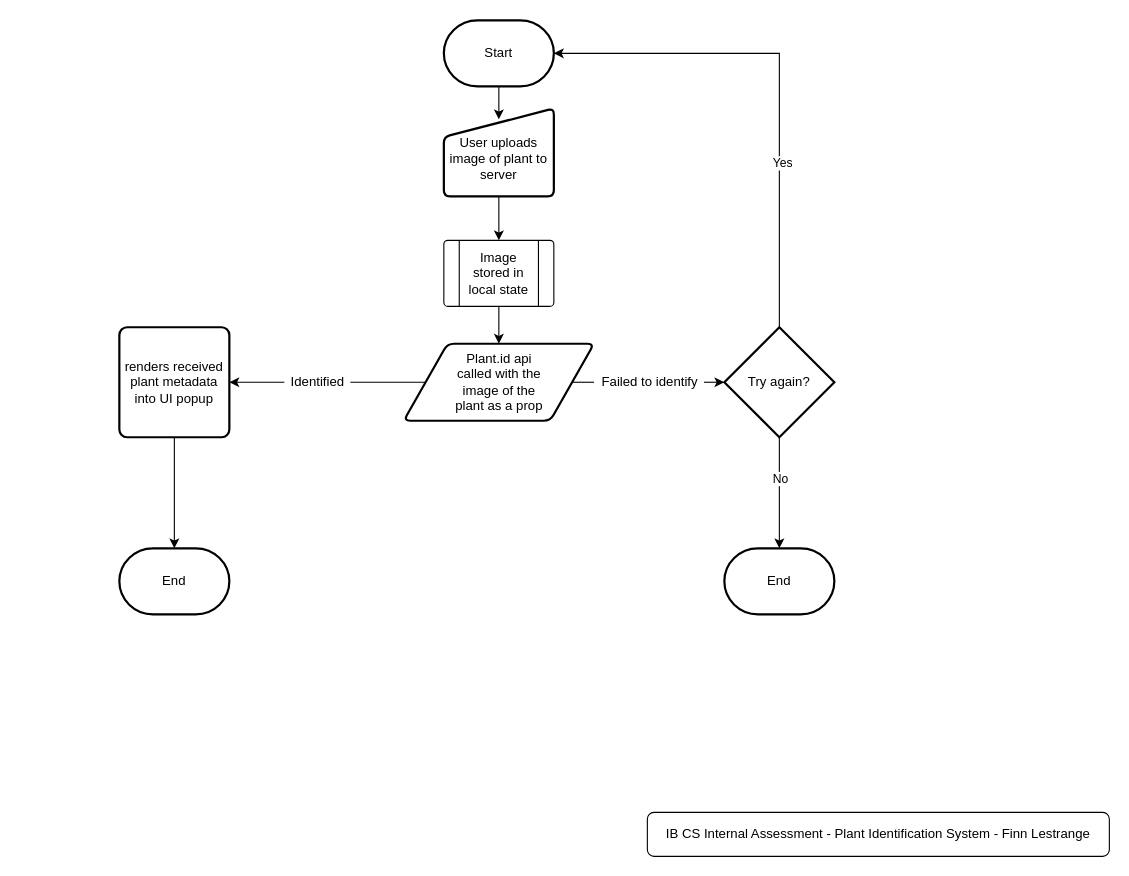
The draw.io diagram Diagrams and Flowcharts/PlantIdentification.drawio in 71xn/ibcs-ia, before the edit. Source tidied: cells renumbered, new cells numbered last; positions are measured from the earlier drawing's top-left corner, leaving out a move shared by most shapes. Both pictures are drawn from the tidied source at 110%, with x=0, y=0 at pixel (119, 20).
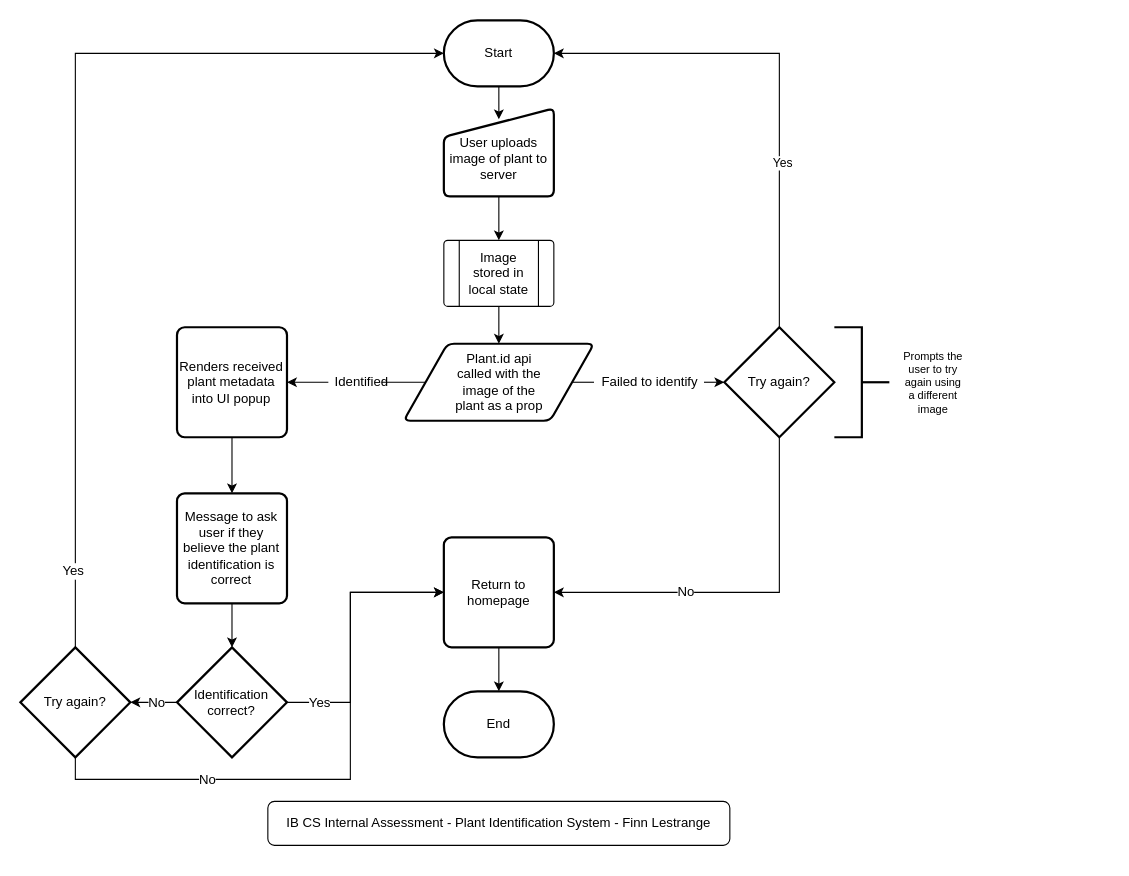
The same diagram, later.

Unchanged cells that the change refers to:
```xml
<mxCell id="4" value="Start" style="strokeWidth=2;html=1;shape=mxgraph.flowchart.terminator;whiteSpace=wrap;" parent="1" vertex="1">
  <mxGeometry x="295" width="100" height="60" as="geometry" />
</mxCell>
<mxCell id="19" value="Try again?" style="strokeWidth=2;html=1;shape=mxgraph.flowchart.decision;whiteSpace=wrap;" parent="1" vertex="1">
  <mxGeometry x="550" y="279" width="100" height="100" as="geometry" />
</mxCell>
```

Change to the diagram source:
```diff
@@
     <mxCell id="2" value="IB CS Internal Assessment - Plant Identification System - Finn Lestrange" style="rounded=1;whiteSpace=wrap;html=1;" parent="1" vertex="1">
-      <mxGeometry x="480" y="720" width="420" height="40" as="geometry" />
+      <mxGeometry x="135" y="710" width="420" height="40" as="geometry" />
     </mxCell>
@@
-    <mxCell id="12" style="edgeStyle=orthogonalEdgeStyle;rounded=0;jettySize=auto;html=1;exitX=0.5;exitY=1;exitDx=0;exitDy=0;" parent="1" edge="1" source="13">
-      <mxGeometry relative="1" as="geometry">
-        <mxPoint x="50" y="480" as="targetPoint" />
-      </mxGeometry>
-    </mxCell>
+    <mxCell id="25" style="edgeStyle=orthogonalEdgeStyle;rounded=0;jettySize=auto;html=1;exitX=0.5;exitY=1;exitDx=0;exitDy=0;entryX=0.5;entryY=0;entryDx=0;entryDy=0;fontSize=10;" parent="1" edge="1" source="13" target="31">
+      <mxGeometry relative="1" as="geometry" />
+    </mxCell>
-    <mxCell id="13" value="renders received plant metadata into UI popup" style="rounded=1;whiteSpace=wrap;html=1;absoluteArcSize=1;arcSize=14;strokeWidth=2;" parent="1" vertex="1">
-      <mxGeometry y="279" width="100" height="100" as="geometry" />
+    <mxCell id="13" value="Renders received plant metadata into UI popup" style="rounded=1;whiteSpace=wrap;html=1;absoluteArcSize=1;arcSize=14;strokeWidth=2;" parent="1" vertex="1">
+      <mxGeometry x="52.4" y="279" width="100" height="100" as="geometry" />
     </mxCell>
-    <mxCell id="14" value="End" style="strokeWidth=2;html=1;shape=mxgraph.flowchart.terminator;whiteSpace=wrap;" parent="1" vertex="1">
-      <mxGeometry y="480" width="100" height="60" as="geometry" />
-    </mxCell>
@@
-    <mxCell id="17" style="edgeStyle=orthogonalEdgeStyle;rounded=0;jettySize=auto;html=1;exitX=0.5;exitY=1;exitDx=0;exitDy=0;exitPerimeter=0;entryX=0.5;entryY=0;entryDx=0;entryDy=0;entryPerimeter=0;" parent="1" edge="1" source="19" target="24">
-      <mxGeometry relative="1" as="geometry" />
-    </mxCell>
-    <mxCell id="18" value="No" style="edgeLabel;html=1;align=center;verticalAlign=middle;" parent="17" vertex="1">
-      <mxGeometry x="-0.27" relative="1" as="geometry" />
-    </mxCell>
+    <mxCell id="26" style="edgeStyle=orthogonalEdgeStyle;rounded=0;jettySize=auto;html=1;exitX=0.5;exitY=1;exitDx=0;exitDy=0;exitPerimeter=0;entryX=1;entryY=0.5;entryDx=0;entryDy=0;fontSize=12;" parent="1" edge="1" source="19" target="43">
+      <mxGeometry relative="1" as="geometry" />
+    </mxCell>
+    <mxCell id="27" value="No" style="edgeLabel;html=1;align=center;verticalAlign=middle;fontSize=12;" parent="26" vertex="1">
+      <mxGeometry x="0.31" y="-1" relative="1" as="geometry" />
+    </mxCell>
@@
     <mxCell id="22" value="Identified" style="text;html=1;align=center;verticalAlign=middle;points=[];strokeColor=none;fillColor=none;" parent="1" vertex="1">
-      <mxGeometry x="150" y="319" width="60" height="20" as="geometry" />
+      <mxGeometry x="190" y="319" width="60" height="20" as="geometry" />
     </mxCell>
@@
     <mxCell id="24" value="End" style="strokeWidth=2;html=1;shape=mxgraph.flowchart.terminator;whiteSpace=wrap;" parent="1" vertex="1">
-      <mxGeometry x="550" y="480" width="100" height="60" as="geometry" />
+      <mxGeometry x="295" y="610" width="100" height="60" as="geometry" />
     </mxCell>
+    <mxCell id="28" style="strokeWidth=2;html=1;shape=mxgraph.flowchart.annotation_2;align=left;labelPosition=right;fontSize=10;rotation=-180;" parent="1" vertex="1">
+      <mxGeometry x="650" y="279" width="50" height="100" as="geometry" />
+    </mxCell>
+    <mxCell id="29" value="Prompts the user to try again using a different image" style="text;html=1;strokeColor=none;fillColor=none;align=center;verticalAlign=middle;whiteSpace=wrap;rounded=0;fontSize=10;" parent="1" vertex="1">
+      <mxGeometry x="710" y="314" width="60" height="30" as="geometry" />
+    </mxCell>
+    <mxCell id="30" style="edgeStyle=orthogonalEdgeStyle;rounded=0;jettySize=auto;html=1;exitX=0.5;exitY=1;exitDx=0;exitDy=0;entryX=0.5;entryY=0;entryDx=0;entryDy=0;entryPerimeter=0;fontSize=12;" parent="1" edge="1" source="31" target="36">
+      <mxGeometry relative="1" as="geometry" />
+    </mxCell>
+    <mxCell id="31" value="Message to ask user if they believe the plant identification is correct" style="rounded=1;whiteSpace=wrap;html=1;absoluteArcSize=1;arcSize=14;strokeWidth=2;" parent="1" vertex="1">
+      <mxGeometry x="52.4" y="430" width="100" height="100" as="geometry" />
+    </mxCell>
+    <mxCell id="32" style="edgeStyle=orthogonalEdgeStyle;rounded=0;jettySize=auto;html=1;exitX=0;exitY=0.5;exitDx=0;exitDy=0;exitPerimeter=0;fontSize=12;" parent="1" edge="1" source="36" target="41">
+      <mxGeometry relative="1" as="geometry" />
+    </mxCell>
+    <mxCell id="33" value="No" style="edgeLabel;html=1;align=center;verticalAlign=middle;fontSize=12;" parent="32" vertex="1">
+      <mxGeometry x="-0.09" relative="1" as="geometry" />
+    </mxCell>
+    <mxCell id="34" style="edgeStyle=orthogonalEdgeStyle;rounded=0;jettySize=auto;html=1;exitX=1;exitY=0.5;exitDx=0;exitDy=0;exitPerimeter=0;entryX=0;entryY=0.5;entryDx=0;entryDy=0;fontSize=12;" parent="1" edge="1" source="36" target="43">
+      <mxGeometry relative="1" as="geometry">
+        <Array as="points">
+          <mxPoint x="210" y="620" />
+          <mxPoint x="210" y="520" />
+        </Array>
+      </mxGeometry>
+    </mxCell>
+    <mxCell id="35" value="Yes" style="edgeLabel;html=1;align=center;verticalAlign=middle;fontSize=12;" parent="34" vertex="1">
+      <mxGeometry x="-0.59" y="-1" relative="1" as="geometry">
+        <mxPoint x="-21" y="-1" as="offset" />
+      </mxGeometry>
+    </mxCell>
+    <mxCell id="36" value="Identification&lt;br&gt;correct?" style="strokeWidth=2;html=1;shape=mxgraph.flowchart.decision;whiteSpace=wrap;fontSize=12;" parent="1" vertex="1">
+      <mxGeometry x="52.4" y="570" width="100" height="100" as="geometry" />
+    </mxCell>
+    <mxCell id="37" style="edgeStyle=orthogonalEdgeStyle;rounded=0;jettySize=auto;html=1;exitX=0.5;exitY=0;exitDx=0;exitDy=0;exitPerimeter=0;entryX=0;entryY=0.5;entryDx=0;entryDy=0;entryPerimeter=0;fontSize=12;" parent="1" edge="1" source="41" target="4">
+      <mxGeometry relative="1" as="geometry" />
+    </mxCell>
+    <mxCell id="38" value="Yes" style="edgeLabel;html=1;align=center;verticalAlign=middle;fontSize=12;" parent="37" vertex="1">
+      <mxGeometry x="-0.84" y="3" relative="1" as="geometry" />
+    </mxCell>
+    <mxCell id="39" style="edgeStyle=orthogonalEdgeStyle;rounded=0;jettySize=auto;html=1;exitX=0.5;exitY=1;exitDx=0;exitDy=0;exitPerimeter=0;entryX=0;entryY=0.5;entryDx=0;entryDy=0;fontSize=12;" parent="1" edge="1" source="41" target="43">
+      <mxGeometry relative="1" as="geometry">
+        <Array as="points">
+          <mxPoint x="-40" y="690" />
+          <mxPoint x="210" y="690" />
+          <mxPoint x="210" y="520" />
+        </Array>
+      </mxGeometry>
+    </mxCell>
+    <mxCell id="40" value="No" style="edgeLabel;html=1;align=center;verticalAlign=middle;fontSize=12;" parent="39" vertex="1">
+      <mxGeometry x="-0.47" relative="1" as="geometry" />
+    </mxCell>
+    <mxCell id="41" value="Try again?" style="strokeWidth=2;html=1;shape=mxgraph.flowchart.decision;whiteSpace=wrap;fontSize=12;" parent="1" vertex="1">
+      <mxGeometry x="-90" y="570" width="100" height="100" as="geometry" />
+    </mxCell>
+    <mxCell id="42" style="edgeStyle=orthogonalEdgeStyle;rounded=0;jettySize=auto;html=1;exitX=0.5;exitY=1;exitDx=0;exitDy=0;entryX=0.5;entryY=0;entryDx=0;entryDy=0;entryPerimeter=0;fontSize=12;" parent="1" edge="1" source="43" target="24">
+      <mxGeometry relative="1" as="geometry" />
+    </mxCell>
+    <mxCell id="43" value="Return to homepage" style="rounded=1;whiteSpace=wrap;html=1;absoluteArcSize=1;arcSize=14;strokeWidth=2;fontSize=12;" parent="1" vertex="1">
+      <mxGeometry x="295" y="470" width="100" height="100" as="geometry" />
+    </mxCell>
```
